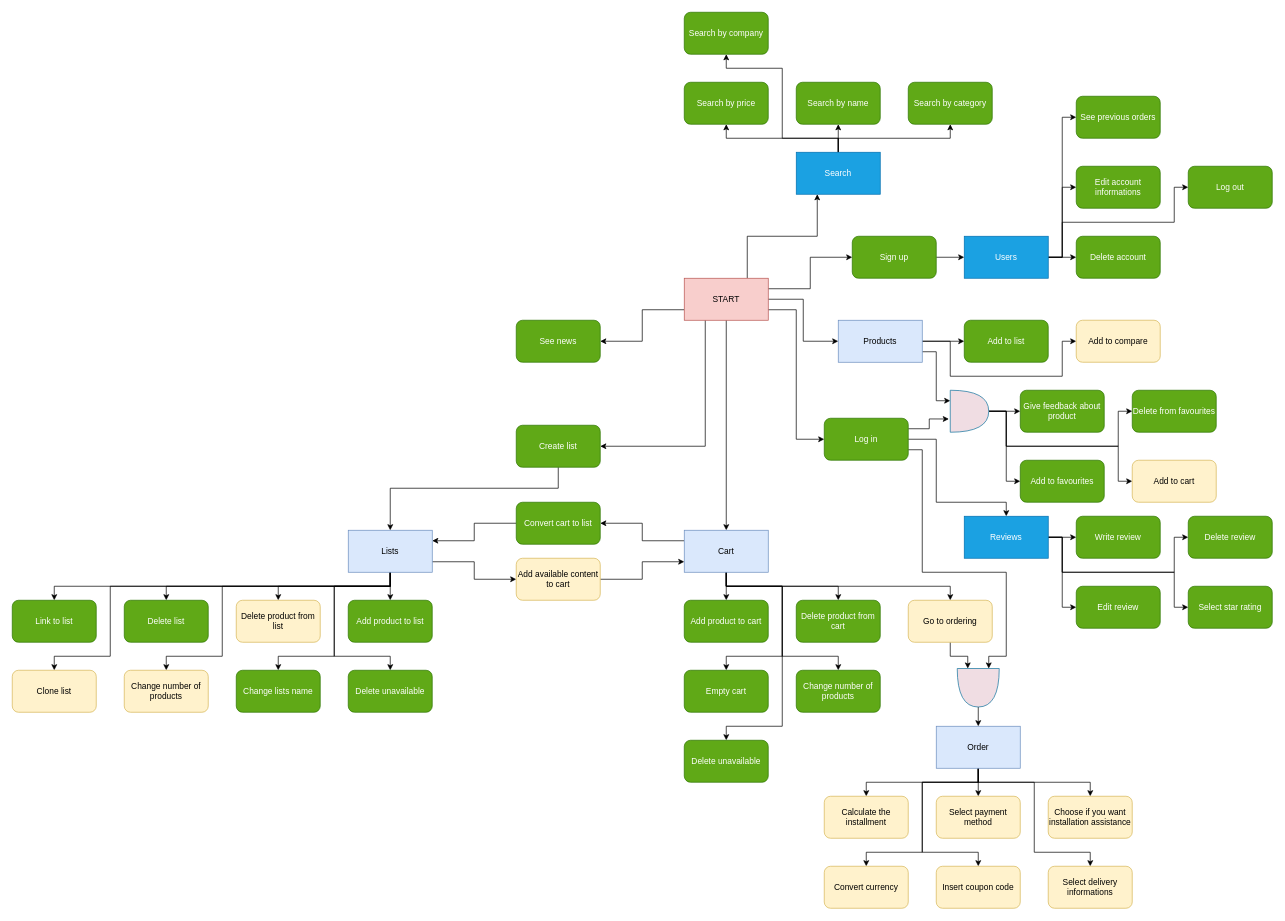
Earlier version of the draw.io diagram Documentation/DrawioFiles/functionalitiesSchema.drawio (Rumi152/X-KOMdb). Source tidied: cells renumbered, new cells numbered last; positions are measured from the earlier drawing's top-left corner, leaving out a move shared by most shapes. Both pictures are drawn from the tidied source at 70%, with x=0, y=0 at pixel (12, 12).
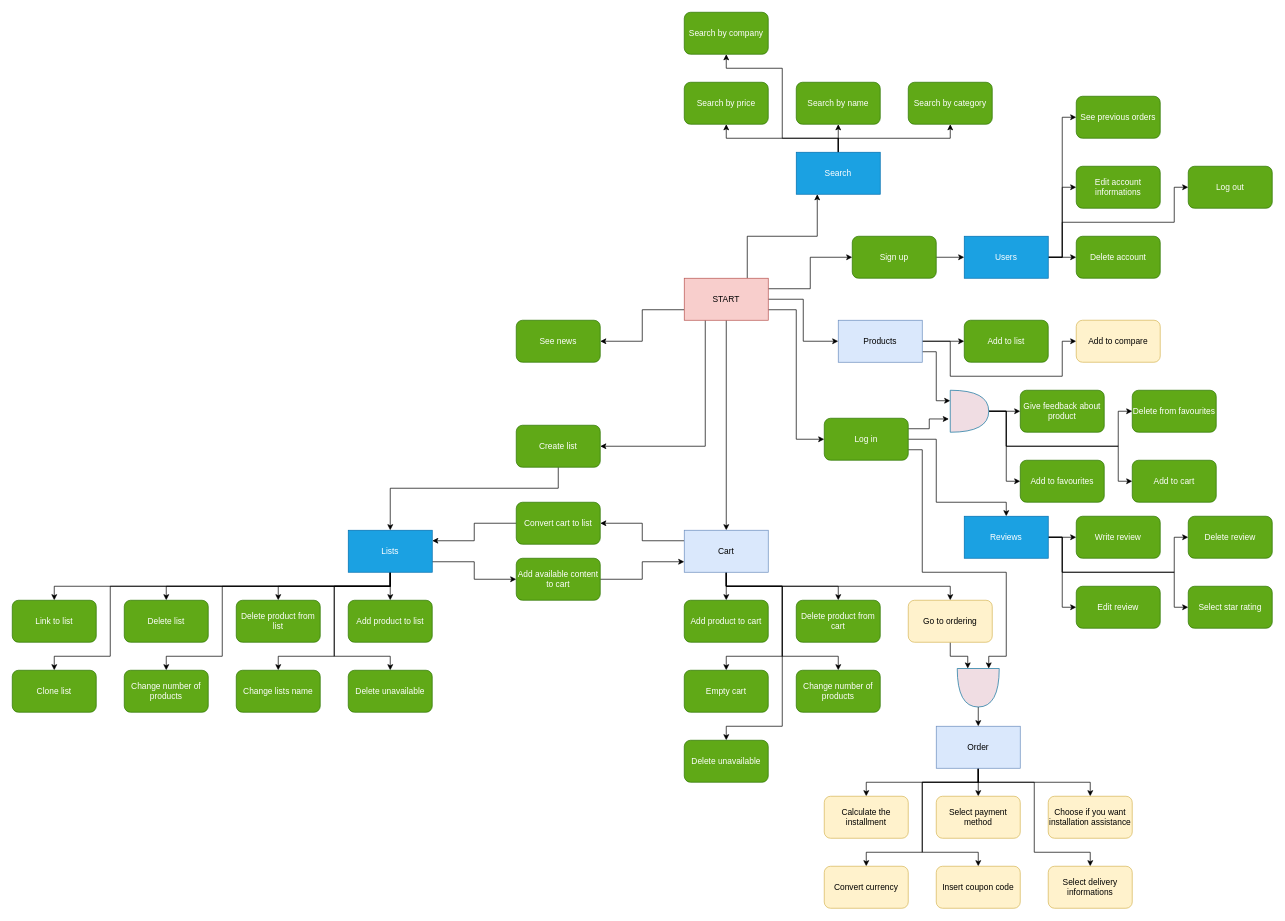
The same page after the edit.

Commit message (it also covers changes not shown here):
now you can add list to cart, added checks so amount of items in cart cannnot be higher than 99999

The edit, as a diff of the source:
```diff
@@
-    <mxCell id="39" value="Lists" style="rounded=0;whiteSpace=wrap;html=1;fillColor=#dae8fc;strokeColor=#6c8ebf;fontColor=#000000;" parent="1" vertex="1">
+    <mxCell id="39" value="Lists" style="rounded=0;whiteSpace=wrap;html=1;fillColor=#1ba1e2;strokeColor=#006EAF;fontColor=#ffffff;" parent="1" vertex="1">
       <mxGeometry x="480" y="740" width="120" height="60" as="geometry" />
     </mxCell>
@@
-    <mxCell id="52" value="Delete product from list" style="rounded=1;whiteSpace=wrap;html=1;fillColor=#fff2cc;strokeColor=#d6b656;fontColor=#000000;" parent="1" vertex="1">
+    <mxCell id="52" value="Delete product from list" style="rounded=1;whiteSpace=wrap;html=1;fillColor=#60a917;strokeColor=#2D7600;fontColor=#ffffff;" parent="1" vertex="1">
       <mxGeometry x="320" y="840" width="120" height="60" as="geometry" />
     </mxCell>
@@
-    <mxCell id="58" value="Add available content to cart" style="rounded=1;whiteSpace=wrap;html=1;fillColor=#fff2cc;strokeColor=#d6b656;fontColor=#000000;" parent="1" vertex="1">
+    <mxCell id="58" value="Add available content to cart" style="rounded=1;whiteSpace=wrap;html=1;fillColor=#60a917;strokeColor=#2D7600;fontColor=#ffffff;" parent="1" vertex="1">
       <mxGeometry x="720" y="780" width="120" height="60" as="geometry" />
     </mxCell>
-    <mxCell id="59" value="Change number of products" style="rounded=1;whiteSpace=wrap;html=1;fillColor=#fff2cc;strokeColor=#d6b656;fontColor=#000000;" parent="1" vertex="1">
+    <mxCell id="59" value="Change number of products" style="rounded=1;whiteSpace=wrap;html=1;fillColor=#60a917;strokeColor=#2D7600;fontColor=#ffffff;" parent="1" vertex="1">
       <mxGeometry x="160" y="940" width="120" height="60" as="geometry" />
     </mxCell>
@@
-    <mxCell id="93" value="Add to cart" style="rounded=1;whiteSpace=wrap;html=1;strokeColor=#d6b656;fontFamily=Helvetica;fontSize=12;fontColor=#000000;fillColor=#fff2cc;" parent="1" vertex="1">
+    <mxCell id="93" value="Add to cart" style="rounded=1;whiteSpace=wrap;html=1;strokeColor=#2D7600;fontFamily=Helvetica;fontSize=12;fontColor=#ffffff;fillColor=#60a917;" parent="1" vertex="1">
       <mxGeometry x="1600" y="640" width="120" height="60" as="geometry" />
     </mxCell>
@@
-    <mxCell id="111" value="Clone list" style="rounded=1;whiteSpace=wrap;html=1;strokeColor=#d6b656;fontFamily=Helvetica;fontSize=12;fontColor=#000000;fillColor=#fff2cc;" parent="1" vertex="1">
+    <mxCell id="111" value="Clone list" style="rounded=1;whiteSpace=wrap;html=1;strokeColor=#2D7600;fontFamily=Helvetica;fontSize=12;fontColor=#ffffff;fillColor=#60a917;" parent="1" vertex="1">
       <mxGeometry y="940" width="120" height="60" as="geometry" />
     </mxCell>
```
